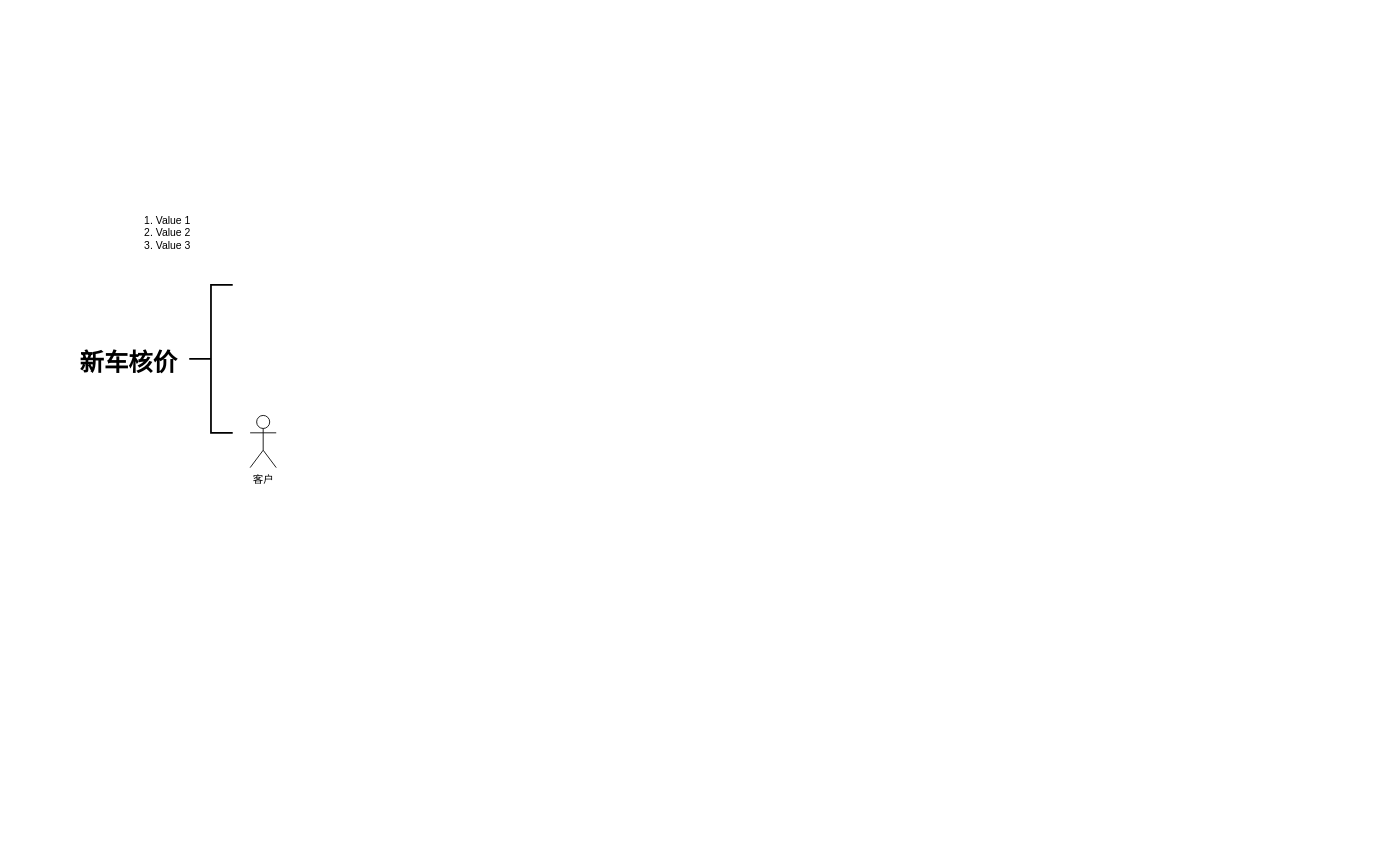
Above: Untitled Diagram.drawio in XiongZen/QJReconstitution (draw.io), before the change. Source tidied: cells renumbered, new cells numbered last; positions are measured from the earlier drawing's top-left corner, leaving out a move shared by most shapes. Both pictures are drawn from the tidied source at 87%, with x=0, y=0 at pixel (84, 197).
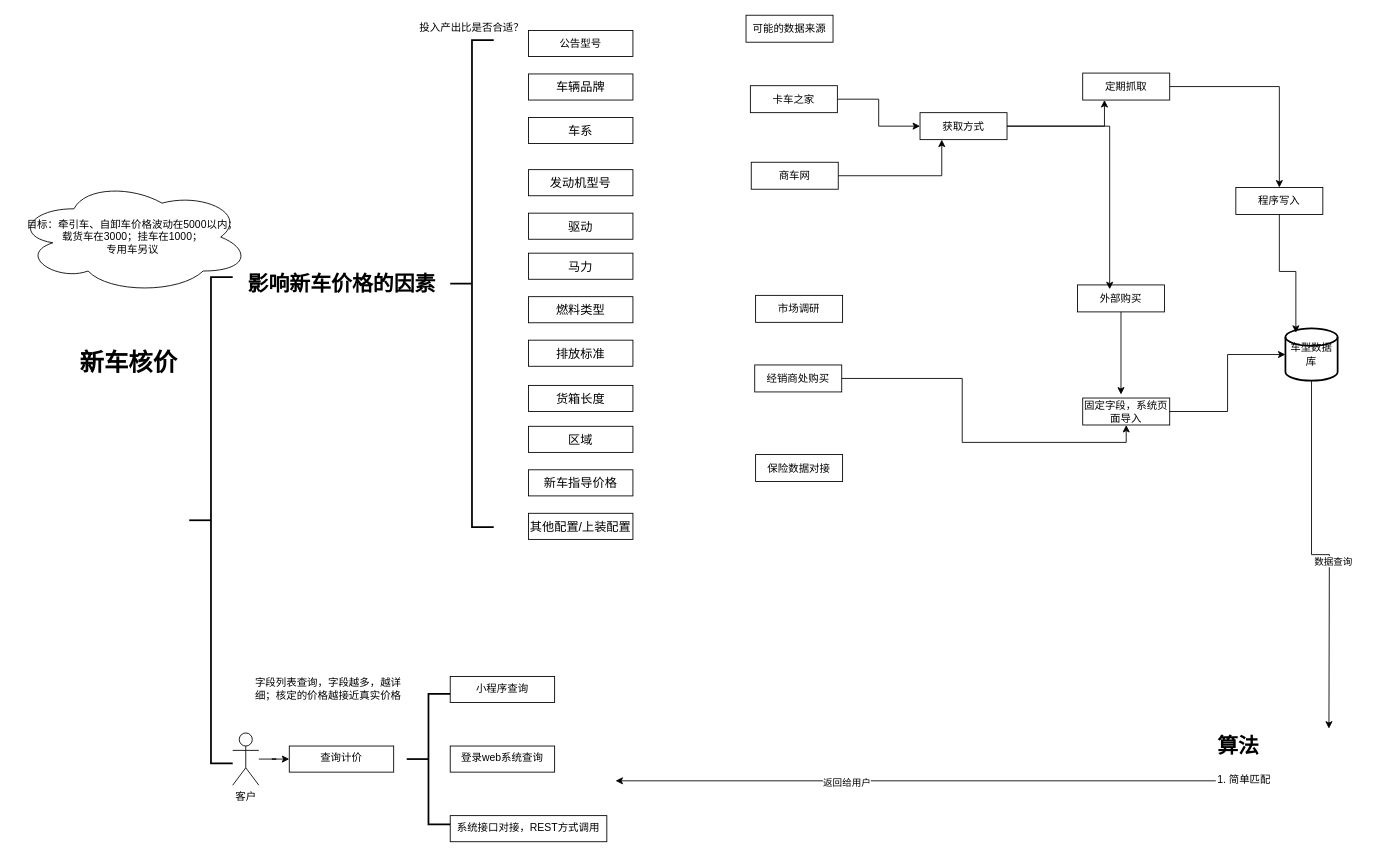
The same page after the edit.

Change to the diagram source:
```diff
@@
+    <mxCell id="6" style="edgeStyle=orthogonalEdgeStyle;rounded=0;jettySize=auto;html=1;" parent="1" edge="1" source="2" target="43">
+      <mxGeometry relative="1" as="geometry" />
+    </mxCell>
     <mxCell id="2" value="客户" style="shape=umlActor;verticalLabelPosition=bottom;verticalAlign=top;html=1;outlineConnect=0;" parent="1" vertex="1">
-      <mxGeometry x="190" y="250" width="30" height="60" as="geometry" />
+      <mxGeometry x="170" y="615" width="30" height="60" as="geometry" />
     </mxCell>
@@
-    <mxCell id="4" value="&lt;ol&gt;&lt;li&gt;Value 1&lt;/li&gt;&lt;li&gt;Value 2&lt;/li&gt;&lt;li&gt;Value 3&lt;/li&gt;&lt;/ol&gt;" style="text;strokeColor=none;fillColor=none;html=1;whiteSpace=wrap;verticalAlign=middle;overflow=hidden;" parent="1" vertex="1">
-      <mxGeometry x="40" width="100" height="80" as="geometry" />
-    </mxCell>
     <mxCell id="5" style="strokeWidth=2;html=1;shape=mxgraph.flowchart.annotation_2;align=left;labelPosition=right;" parent="1" vertex="1">
-      <mxGeometry x="120" y="100" width="50" height="170" as="geometry" />
+      <mxGeometry x="120" y="91" width="50" height="559" as="geometry" />
     </mxCell>
+    <mxCell id="7" value="影响新车价格的因素" style="text;strokeColor=none;fillColor=none;html=1;fontSize=24;fontStyle=1;verticalAlign=middle;align=center;labelBackgroundColor=default;fontColor=default;" parent="1" vertex="1">
+      <mxGeometry x="170" y="80" width="250" height="40" as="geometry" />
+    </mxCell>
+    <mxCell id="8" value="目标：牵引车、自卸车价格波动在5000以内；&lt;div&gt;载货车在3000；挂车在1000；&lt;div&gt;专用车另议&lt;/div&gt;&lt;/div&gt;" style="ellipse;shape=cloud;whiteSpace=wrap;html=1;" parent="1" vertex="1">
+      <mxGeometry x="-80" y="-20" width="270" height="130" as="geometry" />
+    </mxCell>
+    <mxCell id="9" value="公告型号" style="whiteSpace=wrap;html=1;" parent="1" vertex="1">
+      <mxGeometry x="510" y="-192.5" width="120" height="30" as="geometry" />
+    </mxCell>
+    <mxCell id="10" value="&lt;div style=&quot;line-height: 1.3; font-family: &amp;quot;Source Han Sans CN&amp;quot;; text-align: left; vertical-align: top; font-size: 14px;&quot;&gt;&lt;p&gt;车辆品牌&lt;/p&gt;&lt;/div&gt;" style="whiteSpace=wrap;html=1;" parent="1" vertex="1">
+      <mxGeometry x="510" y="-142.5" width="120" height="30" as="geometry" />
+    </mxCell>
+    <mxCell id="11" value="&lt;div style=&quot;line-height: 1.3; font-family: &amp;quot;Source Han Sans CN&amp;quot;; text-align: left; vertical-align: top; font-size: 14px;&quot;&gt;&lt;p&gt;车系&lt;/p&gt;&lt;/div&gt;" style="whiteSpace=wrap;html=1;" parent="1" vertex="1">
+      <mxGeometry x="510" y="-92.5" width="120" height="30" as="geometry" />
+    </mxCell>
+    <mxCell id="12" value="&lt;div style=&quot;line-height: 1.3; font-family: &amp;quot;Source Han Sans CN&amp;quot;; text-align: left; vertical-align: top; font-size: 14px;&quot;&gt;&lt;p&gt;发动机型号&lt;/p&gt;&lt;/div&gt;" style="whiteSpace=wrap;html=1;" parent="1" vertex="1">
+      <mxGeometry x="510" y="-32.5" width="120" height="30" as="geometry" />
+    </mxCell>
+    <mxCell id="13" value="&lt;div style=&quot;line-height: 1.3; font-family: &amp;quot;Source Han Sans CN&amp;quot;; text-align: left; vertical-align: top; font-size: 14px;&quot;&gt;&lt;p&gt;驱动&lt;/p&gt;&lt;/div&gt;" style="whiteSpace=wrap;html=1;" parent="1" vertex="1">
+      <mxGeometry x="510" y="17.5" width="120" height="30" as="geometry" />
+    </mxCell>
+    <mxCell id="14" value="&lt;div style=&quot;line-height: 1.3; font-family: &amp;quot;Source Han Sans CN&amp;quot;; text-align: left; vertical-align: top; font-size: 14px;&quot;&gt;&lt;div style=&quot;line-height: 1.3; vertical-align: top;&quot;&gt;&lt;p&gt;马力&lt;/p&gt;&lt;/div&gt;&lt;/div&gt;" style="whiteSpace=wrap;html=1;" parent="1" vertex="1">
+      <mxGeometry x="510" y="63.5" width="120" height="30" as="geometry" />
+    </mxCell>
+    <mxCell id="15" value="&lt;div style=&quot;line-height: 1.3; font-family: &amp;quot;Source Han Sans CN&amp;quot;; text-align: left; vertical-align: top; font-size: 14px;&quot;&gt;&lt;div style=&quot;line-height: 1.3; vertical-align: top;&quot;&gt;&lt;div style=&quot;line-height: 1.3; vertical-align: top;&quot;&gt;&lt;p&gt;燃料类型&lt;/p&gt;&lt;/div&gt;&lt;/div&gt;&lt;/div&gt;" style="whiteSpace=wrap;html=1;" parent="1" vertex="1">
+      <mxGeometry x="510" y="113.5" width="120" height="30" as="geometry" />
+    </mxCell>
+    <mxCell id="16" value="投入产出比是否合适？" style="text;html=1;align=center;verticalAlign=middle;whiteSpace=wrap;rounded=0;" parent="1" vertex="1">
+      <mxGeometry x="380" y="-210" width="130" height="30" as="geometry" />
+    </mxCell>
+    <mxCell id="17" value="&lt;div style=&quot;line-height: 1.3; font-family: &amp;quot;Source Han Sans CN&amp;quot;; text-align: left; vertical-align: top; font-size: 14px;&quot;&gt;&lt;div style=&quot;line-height: 1.3; vertical-align: top;&quot;&gt;&lt;div style=&quot;line-height: 1.3; vertical-align: top;&quot;&gt;&lt;div style=&quot;line-height: 1.3; vertical-align: top;&quot;&gt;&lt;p&gt;排放标准&lt;/p&gt;&lt;/div&gt;&lt;/div&gt;&lt;/div&gt;&lt;/div&gt;" style="whiteSpace=wrap;html=1;" parent="1" vertex="1">
+      <mxGeometry x="510" y="163.5" width="120" height="30" as="geometry" />
+    </mxCell>
+    <mxCell id="18" value="&lt;div style=&quot;line-height: 1.3; font-family: &amp;quot;Source Han Sans CN&amp;quot;; text-align: left; vertical-align: top; font-size: 14px;&quot;&gt;&lt;div style=&quot;line-height: 1.3; vertical-align: top;&quot;&gt;&lt;div style=&quot;line-height: 1.3; vertical-align: top;&quot;&gt;&lt;div style=&quot;line-height: 1.3; vertical-align: top;&quot;&gt;&lt;p&gt;货箱长度&lt;/p&gt;&lt;/div&gt;&lt;/div&gt;&lt;/div&gt;&lt;/div&gt;" style="whiteSpace=wrap;html=1;" parent="1" vertex="1">
+      <mxGeometry x="510" y="215.5" width="120" height="30" as="geometry" />
+    </mxCell>
+    <mxCell id="19" value="&lt;div style=&quot;line-height: 1.3; font-family: &amp;quot;Source Han Sans CN&amp;quot;; text-align: left; vertical-align: top; font-size: 14px;&quot;&gt;&lt;div style=&quot;line-height: 1.3; vertical-align: top;&quot;&gt;&lt;div style=&quot;line-height: 1.3; vertical-align: top;&quot;&gt;&lt;div style=&quot;line-height: 1.3; vertical-align: top;&quot;&gt;&lt;div style=&quot;line-height: 1.3; vertical-align: top;&quot;&gt;&lt;p&gt;区域&lt;/p&gt;&lt;/div&gt;&lt;/div&gt;&lt;/div&gt;&lt;/div&gt;&lt;/div&gt;" style="whiteSpace=wrap;html=1;" parent="1" vertex="1">
+      <mxGeometry x="510" y="262.5" width="120" height="30" as="geometry" />
+    </mxCell>
+    <mxCell id="20" value="&lt;div style=&quot;line-height: 1.3; font-family: &amp;quot;Source Han Sans CN&amp;quot;; text-align: left; vertical-align: top; font-size: 14px;&quot;&gt;&lt;div style=&quot;line-height: 1.3; vertical-align: top;&quot;&gt;&lt;div style=&quot;line-height: 1.3; vertical-align: top;&quot;&gt;&lt;div style=&quot;line-height: 1.3; vertical-align: top;&quot;&gt;&lt;div style=&quot;line-height: 1.3; vertical-align: top;&quot;&gt;&lt;div style=&quot;line-height: 1.3; vertical-align: top;&quot;&gt;&lt;p&gt;新车指导价格&lt;/p&gt;&lt;/div&gt;&lt;/div&gt;&lt;/div&gt;&lt;/div&gt;&lt;/div&gt;&lt;/div&gt;" style="whiteSpace=wrap;html=1;" parent="1" vertex="1">
+      <mxGeometry x="510" y="312.5" width="120" height="30" as="geometry" />
+    </mxCell>
+    <mxCell id="21" value="&lt;div style=&quot;line-height: 1.3; font-family: &amp;quot;Source Han Sans CN&amp;quot;; text-align: left; vertical-align: top; font-size: 14px;&quot;&gt;&lt;div style=&quot;line-height: 1.3; vertical-align: top;&quot;&gt;&lt;div style=&quot;line-height: 1.3; vertical-align: top;&quot;&gt;&lt;div style=&quot;line-height: 1.3; vertical-align: top;&quot;&gt;&lt;div style=&quot;line-height: 1.3; vertical-align: top;&quot;&gt;&lt;div style=&quot;line-height: 1.3; vertical-align: top;&quot;&gt;&lt;div style=&quot;line-height: 1.3; vertical-align: top;&quot;&gt;&lt;p&gt;其他配置/上装配置&lt;/p&gt;&lt;/div&gt;&lt;/div&gt;&lt;/div&gt;&lt;/div&gt;&lt;/div&gt;&lt;/div&gt;&lt;/div&gt;" style="whiteSpace=wrap;html=1;" parent="1" vertex="1">
+      <mxGeometry x="510" y="362.5" width="120" height="30" as="geometry" />
+    </mxCell>
+    <mxCell id="22" value="可能的数据来源" style="whiteSpace=wrap;html=1;" parent="1" vertex="1">
+      <mxGeometry x="760" y="-210" width="100" height="31" as="geometry" />
+    </mxCell>
+    <mxCell id="23" style="edgeStyle=orthogonalEdgeStyle;rounded=0;jettySize=auto;html=1;" parent="1" edge="1" source="24" target="28">
+      <mxGeometry relative="1" as="geometry" />
+    </mxCell>
+    <mxCell id="24" value="卡车之家" style="whiteSpace=wrap;html=1;" parent="1" vertex="1">
+      <mxGeometry x="765" y="-129" width="100" height="31" as="geometry" />
+    </mxCell>
+    <mxCell id="25" style="edgeStyle=orthogonalEdgeStyle;rounded=0;jettySize=auto;html=1;entryX=0.25;entryY=1;entryDx=0;entryDy=0;" parent="1" edge="1" source="26" target="28">
+      <mxGeometry relative="1" as="geometry" />
+    </mxCell>
+    <mxCell id="26" value="商车网" style="whiteSpace=wrap;html=1;" parent="1" vertex="1">
+      <mxGeometry x="766" y="-41" width="100" height="31" as="geometry" />
+    </mxCell>
+    <mxCell id="27" style="edgeStyle=orthogonalEdgeStyle;rounded=0;jettySize=auto;html=1;entryX=0.25;entryY=1;entryDx=0;entryDy=0;" parent="1" edge="1" source="28" target="30">
+      <mxGeometry relative="1" as="geometry" />
+    </mxCell>
+    <mxCell id="28" value="获取方式" style="whiteSpace=wrap;html=1;" parent="1" vertex="1">
+      <mxGeometry x="960" y="-98" width="100" height="31" as="geometry" />
+    </mxCell>
+    <mxCell id="29" style="edgeStyle=orthogonalEdgeStyle;rounded=0;jettySize=auto;html=1;" parent="1" edge="1" source="30" target="36">
+      <mxGeometry relative="1" as="geometry" />
+    </mxCell>
+    <mxCell id="30" value="定期抓取" style="whiteSpace=wrap;html=1;" parent="1" vertex="1">
+      <mxGeometry x="1147" y="-143.5" width="100" height="31" as="geometry" />
+    </mxCell>
+    <mxCell id="31" value="外部购买" style="whiteSpace=wrap;html=1;" parent="1" vertex="1">
+      <mxGeometry x="1141" y="100" width="100" height="31" as="geometry" />
+    </mxCell>
+    <mxCell id="32" value="市场调研" style="whiteSpace=wrap;html=1;" parent="1" vertex="1">
+      <mxGeometry x="771" y="112" width="100" height="31" as="geometry" />
+    </mxCell>
+    <mxCell id="33" style="edgeStyle=orthogonalEdgeStyle;rounded=0;jettySize=auto;html=1;entryX=0.5;entryY=1;entryDx=0;entryDy=0;" parent="1" edge="1" source="34" target="35">
+      <mxGeometry relative="1" as="geometry" />
+    </mxCell>
+    <mxCell id="34" value="经销商处购买" style="whiteSpace=wrap;html=1;" parent="1" vertex="1">
+      <mxGeometry x="770" y="192" width="100" height="31" as="geometry" />
+    </mxCell>
+    <mxCell id="35" value="固定字段，系统页面导入" style="whiteSpace=wrap;html=1;" parent="1" vertex="1">
+      <mxGeometry x="1147" y="230" width="100" height="31" as="geometry" />
+    </mxCell>
+    <mxCell id="36" value="程序写入" style="whiteSpace=wrap;html=1;" parent="1" vertex="1">
+      <mxGeometry x="1323" y="-12" width="100" height="31" as="geometry" />
+    </mxCell>
+    <mxCell id="37" style="edgeStyle=orthogonalEdgeStyle;rounded=0;jettySize=auto;html=1;entryX=0.44;entryY=-0.129;entryDx=0;entryDy=0;entryPerimeter=0;" parent="1" edge="1" source="31" target="35">
+      <mxGeometry relative="1" as="geometry" />
+    </mxCell>
+    <mxCell id="38" style="edgeStyle=orthogonalEdgeStyle;rounded=0;jettySize=auto;html=1;" parent="1" edge="1" source="40">
+      <mxGeometry relative="1" as="geometry">
+        <mxPoint x="1430" y="610" as="targetPoint" />
+      </mxGeometry>
+    </mxCell>
+    <mxCell id="39" value="数据查询" style="edgeLabel;html=1;align=center;verticalAlign=middle;" parent="38" vertex="1">
+      <mxGeometry x="0.09" y="4" relative="1" as="geometry">
+        <mxPoint y="-1" as="offset" />
+      </mxGeometry>
+    </mxCell>
+    <mxCell id="40" value="车型数据库" style="strokeWidth=2;html=1;shape=mxgraph.flowchart.database;whiteSpace=wrap;" parent="1" vertex="1">
+      <mxGeometry x="1380" y="150" width="60" height="60" as="geometry" />
+    </mxCell>
+    <mxCell id="41" style="edgeStyle=orthogonalEdgeStyle;rounded=0;jettySize=auto;html=1;entryX=0.2;entryY=0.083;entryDx=0;entryDy=0;entryPerimeter=0;" parent="1" edge="1" source="36" target="40">
+      <mxGeometry relative="1" as="geometry" />
+    </mxCell>
+    <mxCell id="42" style="edgeStyle=orthogonalEdgeStyle;rounded=0;jettySize=auto;html=1;entryX=0;entryY=0.5;entryDx=0;entryDy=0;entryPerimeter=0;" parent="1" edge="1" source="35" target="40">
+      <mxGeometry relative="1" as="geometry" />
+    </mxCell>
+    <mxCell id="43" value="查询计价" style="whiteSpace=wrap;html=1;verticalAlign=top;" parent="1" vertex="1">
+      <mxGeometry x="235" y="630" width="120" height="30" as="geometry" />
+    </mxCell>
+    <mxCell id="44" value="登录web系统查询" style="whiteSpace=wrap;html=1;verticalAlign=top;" parent="1" vertex="1">
+      <mxGeometry x="420" y="630" width="120" height="30" as="geometry" />
+    </mxCell>
+    <mxCell id="45" value="小程序查询" style="whiteSpace=wrap;html=1;verticalAlign=top;" parent="1" vertex="1">
+      <mxGeometry x="420" y="550" width="120" height="30" as="geometry" />
+    </mxCell>
+    <mxCell id="46" value="系统接口对接，REST方式调用" style="whiteSpace=wrap;html=1;verticalAlign=top;" parent="1" vertex="1">
+      <mxGeometry x="420" y="710" width="180" height="30" as="geometry" />
+    </mxCell>
+    <mxCell id="47" style="strokeWidth=2;html=1;shape=mxgraph.flowchart.annotation_2;align=left;labelPosition=right;" parent="1" vertex="1">
+      <mxGeometry x="420" y="-181.5" width="50" height="560" as="geometry" />
+    </mxCell>
+    <mxCell id="48" value="保险数据对接" style="whiteSpace=wrap;html=1;" parent="1" vertex="1">
+      <mxGeometry x="771" y="295" width="100" height="31" as="geometry" />
+    </mxCell>
+    <mxCell id="49" style="strokeWidth=2;html=1;shape=mxgraph.flowchart.annotation_2;align=left;labelPosition=right;" parent="1" vertex="1">
+      <mxGeometry x="370" y="570" width="50" height="150" as="geometry" />
+    </mxCell>
+    <mxCell id="50" value="字段列表查询，字段越多，越详细；核定的价格越接近真实价格" style="text;html=1;align=center;verticalAlign=middle;whiteSpace=wrap;rounded=0;" parent="1" vertex="1">
+      <mxGeometry x="190" y="550" width="180" height="30" as="geometry" />
+    </mxCell>
+    <mxCell id="51" style="edgeStyle=orthogonalEdgeStyle;rounded=0;jettySize=auto;html=1;entryX=0.37;entryY=0.161;entryDx=0;entryDy=0;entryPerimeter=0;" parent="1" edge="1" source="28" target="31">
+      <mxGeometry relative="1" as="geometry" />
+    </mxCell>
+    <mxCell id="52" style="edgeStyle=orthogonalEdgeStyle;rounded=0;jettySize=auto;html=1;" parent="1" edge="1" source="54">
+      <mxGeometry relative="1" as="geometry">
+        <mxPoint x="610" y="670" as="targetPoint" />
+      </mxGeometry>
+    </mxCell>
+    <mxCell id="53" value="返回给用户" style="edgeLabel;html=1;align=center;verticalAlign=middle;" parent="52" vertex="1">
+      <mxGeometry x="0.23" y="1" relative="1" as="geometry" />
+    </mxCell>
+    <mxCell id="54" value="&lt;h1 style=&quot;margin-top: 0px;&quot;&gt;算法&lt;/h1&gt;&lt;p&gt;1. 简单匹配&lt;/p&gt;" style="text;html=1;whiteSpace=wrap;overflow=hidden;rounded=0;" parent="1" vertex="1">
+      <mxGeometry x="1300" y="610" width="180" height="120" as="geometry" />
+    </mxCell>
```
